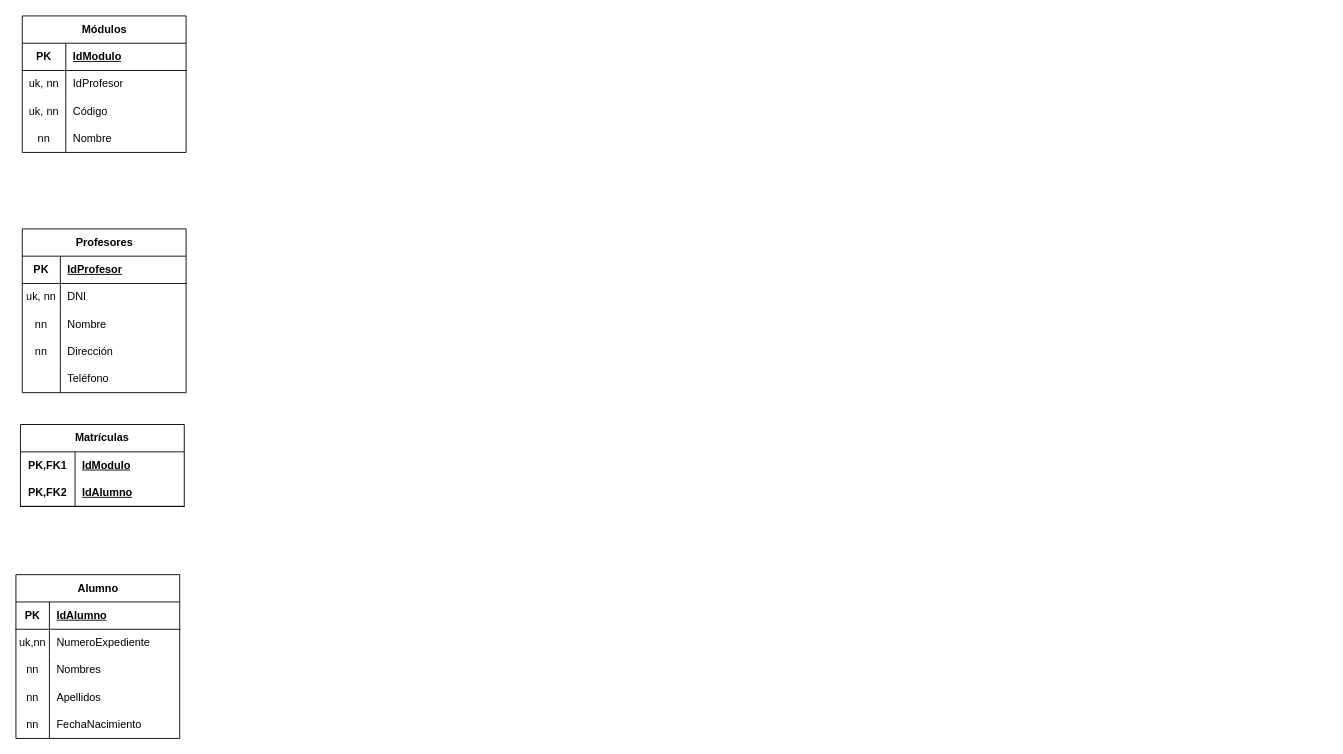
Above: InstitutoDB.drawio in javier-varela/Diagramas (draw.io), before the change. Source tidied: cells renumbered, new cells numbered last; positions are measured from the earlier drawing's top-left corner, leaving out a move shared by most shapes. Both pictures are drawn from the tidied source at 91%, with x=0, y=0 at pixel (15, 15).
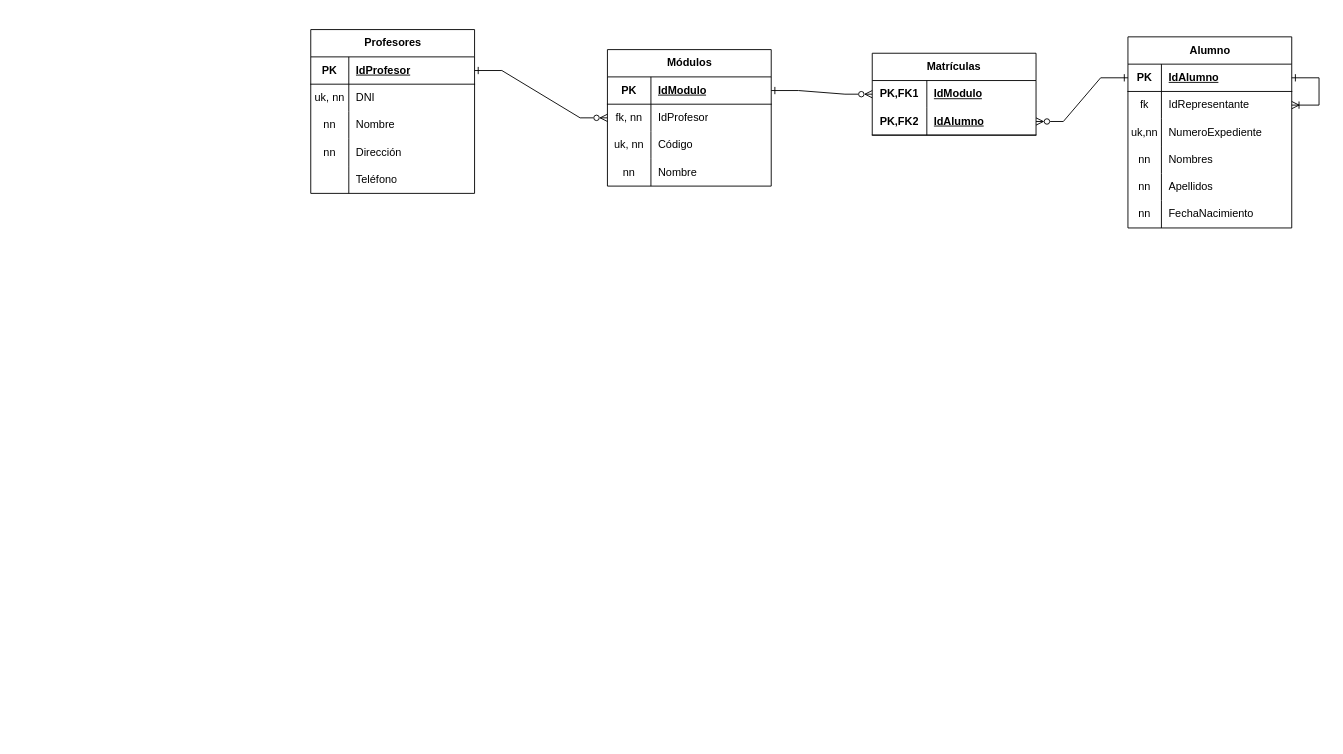
Above is the later version.

Unchanged cells that the change refers to:
```xml
<mxCell id="3" style="shape=tableRow;horizontal=0;startSize=0;swimlaneHead=0;swimlaneBody=0;fillColor=none;points=[[0,0.5],[1,0.5]];portConstraint=eastwest;top=0;left=0;right=0;bottom=1;" parent="2" vertex="1">
  <mxGeometry y="30" width="180" height="30" as="geometry" />
</mxCell>
<mxCell id="19" style="shape=tableRow;horizontal=0;startSize=0;swimlaneHead=0;swimlaneBody=0;fillColor=none;points=[[0,0.5],[1,0.5]];portConstraint=eastwest;top=0;left=0;right=0;bottom=1;" parent="18" vertex="1">
  <mxGeometry y="30" width="180" height="30" as="geometry" />
</mxCell>
<mxCell id="22" style="shape=tableRow;horizontal=0;startSize=0;swimlaneHead=0;swimlaneBody=0;fillColor=none;points=[[0,0.5],[1,0.5]];portConstraint=eastwest;top=0;left=0;right=0;bottom=0;" parent="18" vertex="1">
  <mxGeometry y="60" width="180" height="30" as="geometry" />
</mxCell>
<mxCell id="32" style="shape=tableRow;horizontal=0;startSize=0;swimlaneHead=0;swimlaneBody=0;fillColor=none;points=[[0,0.5],[1,0.5]];portConstraint=eastwest;top=0;left=0;right=0;bottom=0;html=1;" parent="31" vertex="1">
  <mxGeometry y="30" width="180" height="30" as="geometry" />
</mxCell>
<mxCell id="35" style="shape=tableRow;horizontal=0;startSize=0;swimlaneHead=0;swimlaneBody=0;fillColor=none;points=[[0,0.5],[1,0.5]];portConstraint=eastwest;top=0;left=0;right=0;bottom=1;html=1;" parent="31" vertex="1">
  <mxGeometry y="60" width="180" height="30" as="geometry" />
</mxCell>
<mxCell id="39" style="shape=tableRow;horizontal=0;startSize=0;swimlaneHead=0;swimlaneBody=0;fillColor=none;points=[[0,0.5],[1,0.5]];portConstraint=eastwest;top=0;left=0;right=0;bottom=1;" parent="38" vertex="1">
  <mxGeometry y="30" width="180" height="30" as="geometry" />
</mxCell>
<mxCell id="42" style="shape=tableRow;horizontal=0;startSize=0;swimlaneHead=0;swimlaneBody=0;fillColor=none;points=[[0,0.5],[1,0.5]];portConstraint=eastwest;top=0;left=0;right=0;bottom=0;" parent="38" vertex="1">
  <mxGeometry y="60" width="180" height="30" as="geometry" />
</mxCell>
```

What changed in the source:
```diff
@@
     <mxCell id="2" value="Profesores" style="shape=table;startSize=30;childLayout=tableLayout;rowLines=0;fontStyle=1;align=center;html=1;" parent="1" vertex="1">
-      <mxGeometry x="7" y="234" width="180" height="180" as="geometry" />
+      <mxGeometry x="324" y="15" width="180" height="180" as="geometry" />
     </mxCell>
@@
     <mxCell id="18" value="Módulos" style="shape=table;startSize=30;childLayout=tableLayout;rowLines=0;fontStyle=1;align=center;html=1;" parent="1" vertex="1">
-      <mxGeometry x="7" width="180" height="150" as="geometry" />
+      <mxGeometry x="650" y="37" width="180" height="150" as="geometry" />
     </mxCell>
@@
-    <mxCell id="23" value="uk, nn" style="shape=partialRectangle;fillColor=none;top=0;left=0;bottom=0;right=0;overflow=hidden;whiteSpace=wrap;html=1;" parent="22" vertex="1">
+    <mxCell id="23" value="fk, nn" style="shape=partialRectangle;fillColor=none;top=0;left=0;bottom=0;right=0;overflow=hidden;whiteSpace=wrap;html=1;" parent="22" vertex="1">
       <mxGeometry width="47.8" height="30" as="geometry" />
     </mxCell>
@@
     <mxCell id="31" value="Matrículas" style="shape=table;startSize=30;childLayout=tableLayout;rowLines=0;fontStyle=1;align=center;html=1;whiteSpace=wrap;" parent="1" vertex="1">
-      <mxGeometry x="5" y="449" width="180" height="90" as="geometry" />
+      <mxGeometry x="941" y="41" width="180" height="90" as="geometry" />
     </mxCell>
@@
     <mxCell id="38" value="Alumno" style="shape=table;startSize=30;childLayout=tableLayout;rowLines=0;fontStyle=1;align=center;html=1;" parent="1" vertex="1">
-      <mxGeometry y="614" width="180" height="180" as="geometry" />
+      <mxGeometry x="1222" y="23" width="180" height="210" as="geometry" />
     </mxCell>
@@
-    <mxCell id="43" value="uk,nn" style="shape=partialRectangle;fillColor=none;top=0;left=0;bottom=0;right=0;overflow=hidden;whiteSpace=wrap;html=1;" parent="42" vertex="1">
+    <mxCell id="43" value="fk" style="shape=partialRectangle;fillColor=none;top=0;left=0;bottom=0;right=0;overflow=hidden;whiteSpace=wrap;html=1;" parent="42" vertex="1">
       <mxGeometry width="36.8" height="30" as="geometry" />
     </mxCell>
-    <mxCell id="44" value="NumeroExpediente" style="shape=partialRectangle;fillColor=none;top=0;left=0;bottom=0;right=0;align=left;spacingLeft=6;overflow=hidden;whiteSpace=wrap;html=1;" parent="42" vertex="1">
+    <mxCell id="44" value="IdRepresentante" style="shape=partialRectangle;fillColor=none;top=0;left=0;bottom=0;right=0;align=left;spacingLeft=6;overflow=hidden;whiteSpace=wrap;html=1;" parent="42" vertex="1">
       <mxGeometry x="36.8" width="143.2" height="30" as="geometry" />
     </mxCell>
+    <mxCell id="54" style="shape=tableRow;horizontal=0;startSize=0;swimlaneHead=0;swimlaneBody=0;fillColor=none;top=0;left=0;right=0;bottom=0;" parent="38" vertex="1">
+      <mxGeometry y="90" width="180" height="30" as="geometry" />
+    </mxCell>
+    <mxCell id="55" value="uk,nn" style="shape=partialRectangle;fillColor=none;top=0;left=0;bottom=0;right=0;overflow=hidden;whiteSpace=wrap;html=1;" parent="54" vertex="1">
+      <mxGeometry width="36.8" height="30" as="geometry" />
+    </mxCell>
+    <mxCell id="56" value="NumeroExpediente" style="shape=partialRectangle;fillColor=none;top=0;left=0;bottom=0;right=0;align=left;spacingLeft=6;overflow=hidden;whiteSpace=wrap;html=1;" parent="54" vertex="1">
+      <mxGeometry x="36.8" width="143.2" height="30" as="geometry" />
+    </mxCell>
     <mxCell id="45" style="shape=tableRow;horizontal=0;startSize=0;swimlaneHead=0;swimlaneBody=0;fillColor=none;top=0;left=0;right=0;bottom=0;" parent="38" vertex="1">
-      <mxGeometry y="90" width="180" height="30" as="geometry" />
+      <mxGeometry y="120" width="180" height="30" as="geometry" />
     </mxCell>
@@
     <mxCell id="48" style="shape=tableRow;horizontal=0;startSize=0;swimlaneHead=0;swimlaneBody=0;fillColor=none;top=0;left=0;right=0;bottom=0;" parent="38" vertex="1">
-      <mxGeometry y="120" width="180" height="30" as="geometry" />
+      <mxGeometry y="150" width="180" height="30" as="geometry" />
     </mxCell>
@@
     <mxCell id="51" style="shape=tableRow;horizontal=0;startSize=0;swimlaneHead=0;swimlaneBody=0;fillColor=none;top=0;left=0;right=0;bottom=0;" parent="38" vertex="1">
-      <mxGeometry y="150" width="180" height="30" as="geometry" />
+      <mxGeometry y="180" width="180" height="30" as="geometry" />
     </mxCell>
@@
+    <mxCell id="57" style="edgeStyle=entityRelationEdgeStyle;fontSize=12;html=1;endArrow=ERone;endFill=0;rounded=0;startArrow=ERoneToMany;startFill=0;" parent="38" edge="1" source="42" target="39">
+      <mxGeometry relative="1" as="geometry" />
+    </mxCell>
+    <mxCell id="58" style="edgeStyle=entityRelationEdgeStyle;fontSize=12;html=1;endArrow=ERone;startArrow=ERzeroToMany;rounded=0;startFill=0;endFill=0;" parent="1" edge="1" source="22" target="3">
+      <mxGeometry relative="1" as="geometry" />
+    </mxCell>
+    <mxCell id="59" style="edgeStyle=entityRelationEdgeStyle;fontSize=12;html=1;endArrow=ERzeroToMany;startArrow=ERone;rounded=0;startFill=0;endFill=0;" parent="1" edge="1" source="19" target="32">
+      <mxGeometry relative="1" as="geometry" />
+    </mxCell>
+    <mxCell id="60" style="edgeStyle=entityRelationEdgeStyle;fontSize=12;html=1;endArrow=ERone;startArrow=ERzeroToMany;rounded=0;startFill=0;endFill=0;" parent="1" edge="1" source="35" target="39">
+      <mxGeometry relative="1" as="geometry" />
+    </mxCell>
```
